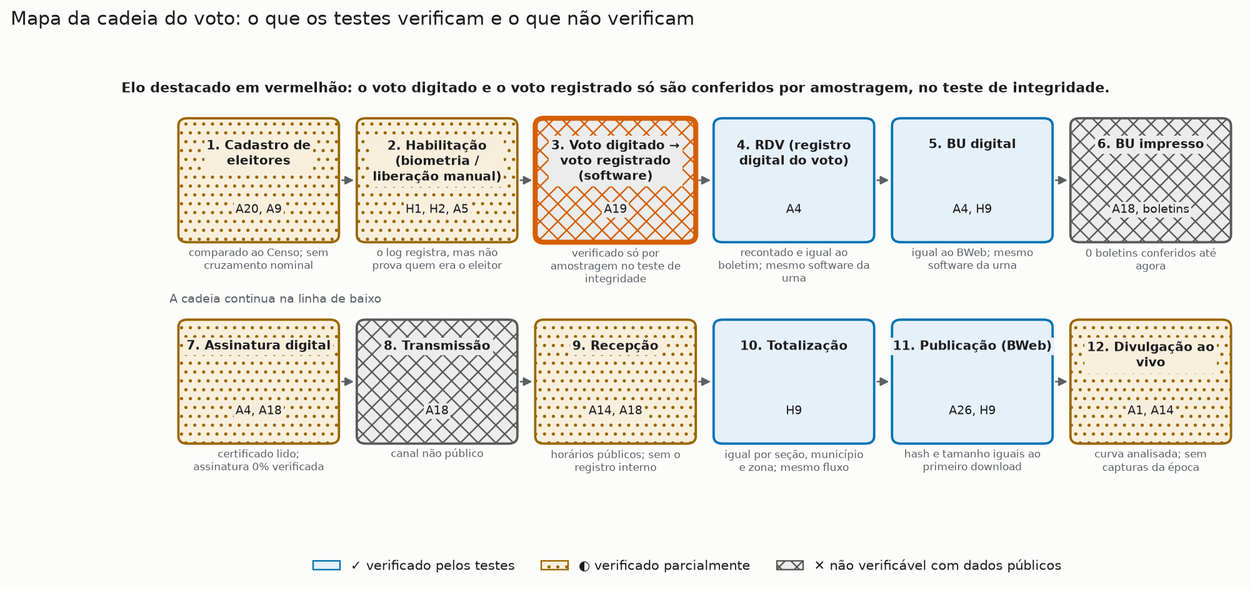
Above: docs/img/g1_cadeia.png in baduba/eleicoes-dossie-2026 (Mermaid), before the change. Its source is kept beside it as docs/img/g1_cadeia.mmd.
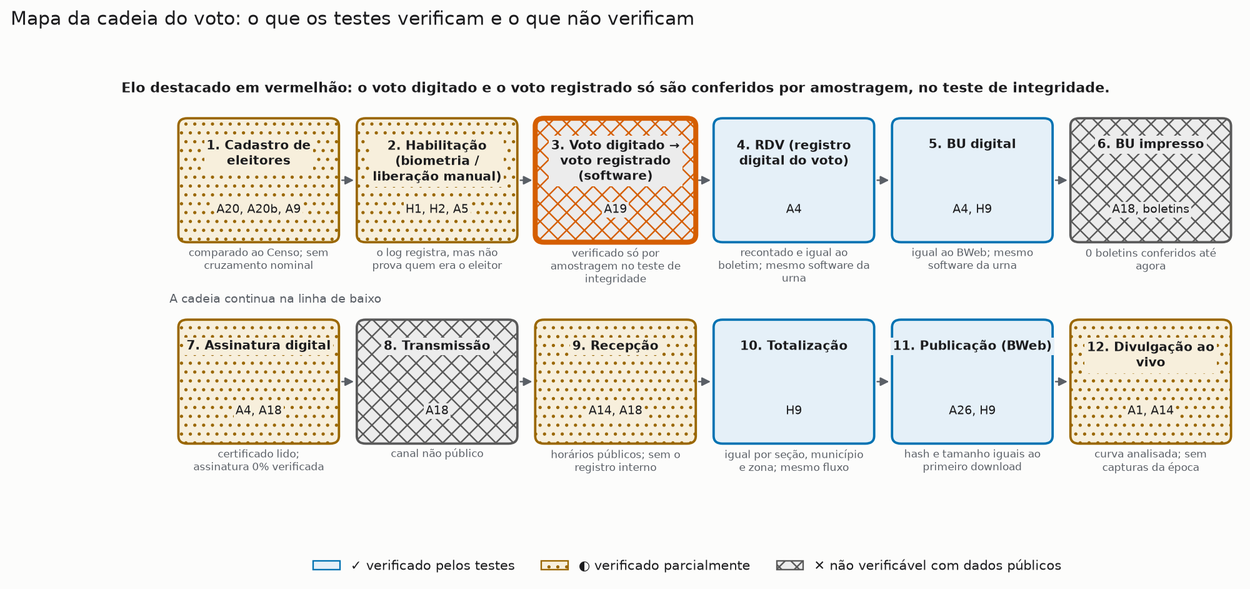
The same diagram one commit later.

Change to the diagram source:
```diff
@@ -1,5 +1,5 @@
 flowchart TB
-  E0["Cadastro de eleitores<br/><i>A20, A9</i><br/>◐ verificado parcialmente"]:::parc
+  E0["Cadastro de eleitores<br/><i>A20, A20b, A9</i><br/>◐ verificado parcialmente"]:::parc
   E1["Habilitação (biometria / liberação manual)<br/><i>H1, H2, A5</i><br/>◐ verificado parcialmente"]:::parc
   E2["Voto digitado → voto registrado (software)<br/><i>A19</i><br/>✕ não verificável com dados públicos"]:::nao
   E3["RDV (registro digital do voto)<br/><i>A4</i><br/>✓ verificado pelos testes"]:::ok
```
